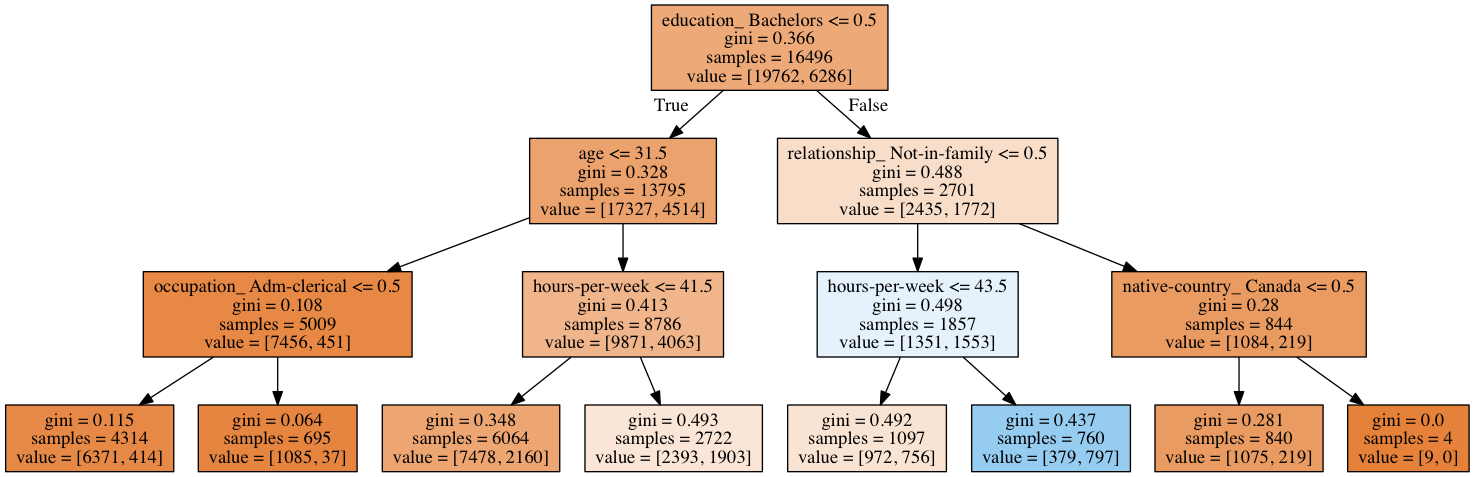
The Graphviz diagram models/tree1.png in shirmeir/notebooks, before a commit. Its source is kept beside it as models/tree1.dot.
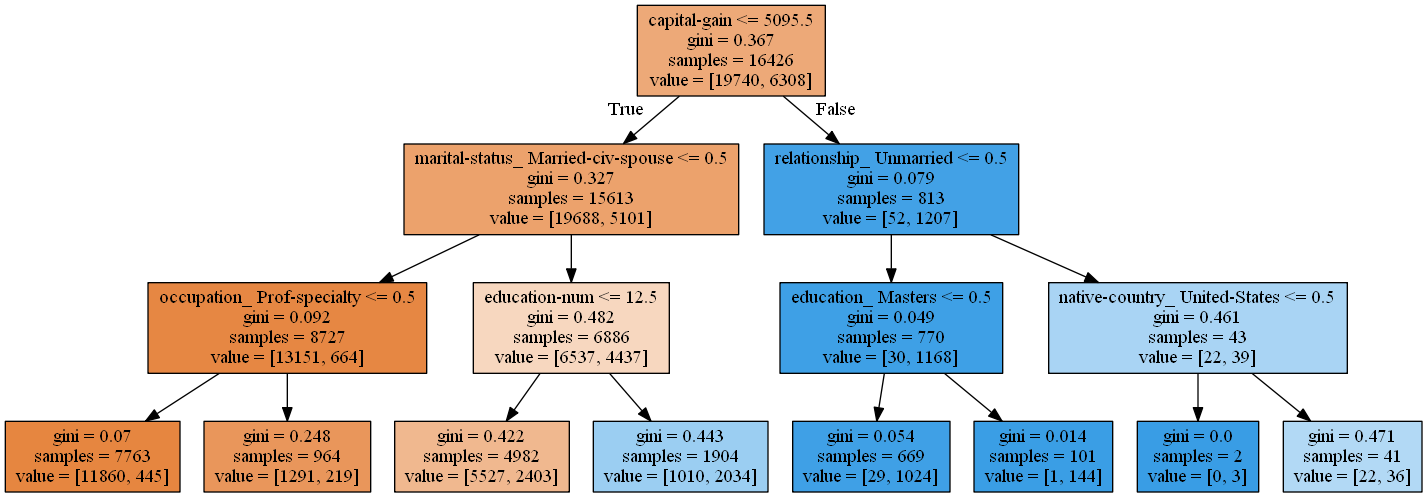
Above is the later version.

Change to the diagram source:
```diff
@@ -1,32 +1,32 @@
 digraph Tree {
 node [shape=box, style="filled", color="black"] ;
-0 [label="education_ Bachelors <= 0.5\ngini = 0.366\nsamples = 16496\nvalue = [19762, 6286]", fillcolor="#e58139ae"] ;
-1 [label="age <= 31.5\ngini = 0.328\nsamples = 13795\nvalue = [17327, 4514]", fillcolor="#e58139bd"] ;
+0 [label="capital-gain <= 5095.5\ngini = 0.367\nsamples = 16426\nvalue = [19740, 6308]", fillcolor="#eda978"] ;
+1 [label="marital-status_ Married-civ-spouse <= 0.5\ngini = 0.327\nsamples = 15613\nvalue = [19688, 5101]", fillcolor="#eca26c"] ;
 0 -> 1 [labeldistance=2.5, labelangle=45, headlabel="True"] ;
-2 [label="occupation_ Adm-clerical <= 0.5\ngini = 0.108\nsamples = 5009\nvalue = [7456, 451]", fillcolor="#e58139f0"] ;
+2 [label="occupation_ Prof-specialty <= 0.5\ngini = 0.092\nsamples = 8727\nvalue = [13151, 664]", fillcolor="#e68743"] ;
 1 -> 2 ;
-3 [label="gini = 0.115\nsamples = 4314\nvalue = [6371, 414]", fillcolor="#e58139ee"] ;
+3 [label="gini = 0.07\nsamples = 7763\nvalue = [11860, 445]", fillcolor="#e68640"] ;
 2 -> 3 ;
-4 [label="gini = 0.064\nsamples = 695\nvalue = [1085, 37]", fillcolor="#e58139f6"] ;
+4 [label="gini = 0.248\nsamples = 964\nvalue = [1291, 219]", fillcolor="#e9965b"] ;
 2 -> 4 ;
-5 [label="hours-per-week <= 41.5\ngini = 0.413\nsamples = 8786\nvalue = [9871, 4063]", fillcolor="#e5813996"] ;
+5 [label="education-num <= 12.5\ngini = 0.482\nsamples = 6886\nvalue = [6537, 4437]", fillcolor="#f7d7bf"] ;
 1 -> 5 ;
-6 [label="gini = 0.348\nsamples = 6064\nvalue = [7478, 2160]", fillcolor="#e58139b5"] ;
+6 [label="gini = 0.422\nsamples = 4982\nvalue = [5527, 2403]", fillcolor="#f0b88f"] ;
 5 -> 6 ;
-7 [label="gini = 0.493\nsamples = 2722\nvalue = [2393, 1903]", fillcolor="#e5813934"] ;
+7 [label="gini = 0.443\nsamples = 1904\nvalue = [1010, 2034]", fillcolor="#9bcef2"] ;
 5 -> 7 ;
-8 [label="relationship_ Not-in-family <= 0.5\ngini = 0.488\nsamples = 2701\nvalue = [2435, 1772]", fillcolor="#e5813945"] ;
+8 [label="relationship_ Unmarried <= 0.5\ngini = 0.079\nsamples = 813\nvalue = [52, 1207]", fillcolor="#42a1e6"] ;
 0 -> 8 [labeldistance=2.5, labelangle=-45, headlabel="False"] ;
-9 [label="hours-per-week <= 43.5\ngini = 0.498\nsamples = 1857\nvalue = [1351, 1553]", fillcolor="#399de521"] ;
+9 [label="education_ Masters <= 0.5\ngini = 0.049\nsamples = 770\nvalue = [30, 1168]", fillcolor="#3ea0e6"] ;
 8 -> 9 ;
-10 [label="gini = 0.492\nsamples = 1097\nvalue = [972, 756]", fillcolor="#e5813939"] ;
+10 [label="gini = 0.054\nsamples = 669\nvalue = [29, 1024]", fillcolor="#3fa0e6"] ;
 9 -> 10 ;
-11 [label="gini = 0.437\nsamples = 760\nvalue = [379, 797]", fillcolor="#399de586"] ;
+11 [label="gini = 0.014\nsamples = 101\nvalue = [1, 144]", fillcolor="#3a9ee5"] ;
 9 -> 11 ;
-12 [label="native-country_ Canada <= 0.5\ngini = 0.28\nsamples = 844\nvalue = [1084, 219]", fillcolor="#e58139cb"] ;
+12 [label="native-country_ United-States <= 0.5\ngini = 0.461\nsamples = 43\nvalue = [22, 39]", fillcolor="#a9d4f4"] ;
 8 -> 12 ;
-13 [label="gini = 0.281\nsamples = 840\nvalue = [1075, 219]", fillcolor="#e58139cb"] ;
+13 [label="gini = 0.0\nsamples = 2\nvalue = [0, 3]", fillcolor="#399de5"] ;
 12 -> 13 ;
-14 [label="gini = 0.0\nsamples = 4\nvalue = [9, 0]", fillcolor="#e58139ff"] ;
+14 [label="gini = 0.471\nsamples = 41\nvalue = [22, 36]", fillcolor="#b2d9f5"] ;
 12 -> 14 ;
 }
```
